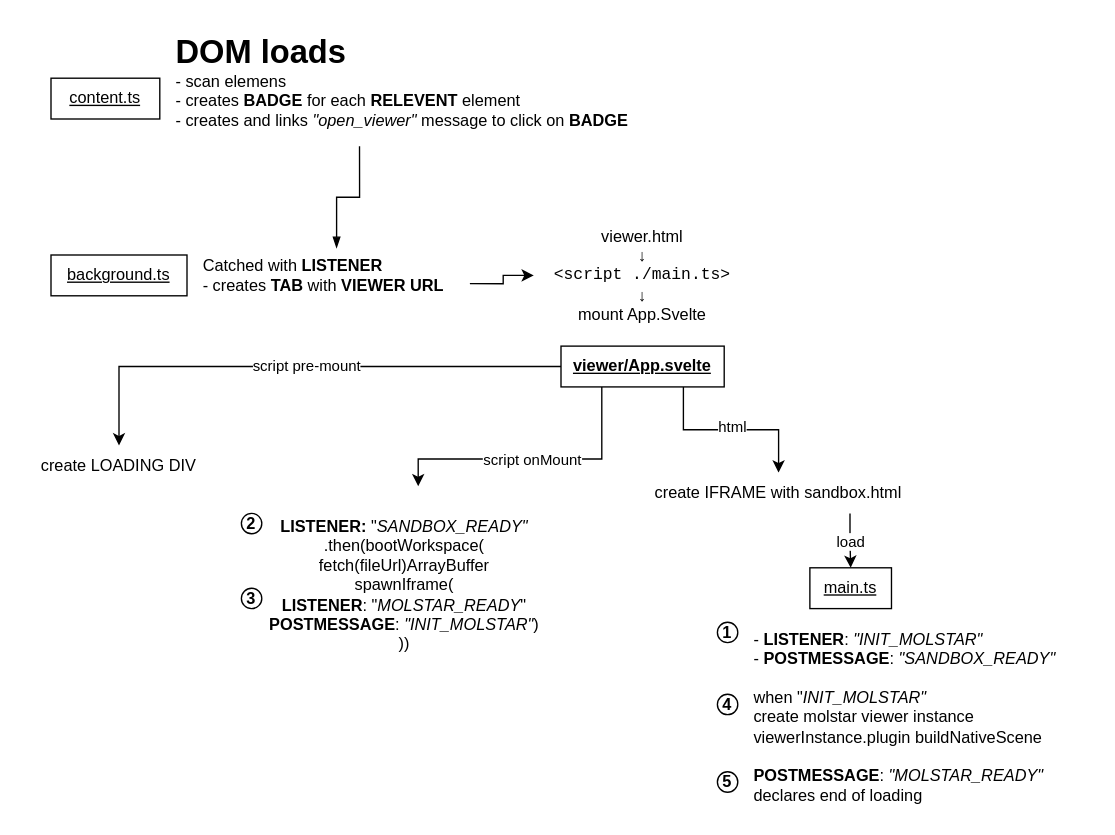
Earlier version of the draw.io diagram org/assets/img/badge-flow-diagram.drawio (MartinBaGar/Molstar_Linker). Source tidied: cells renumbered, new cells numbered last; positions are measured from the earlier drawing's top-left corner, leaving out a move shared by most shapes. Both pictures are drawn from the tidied source at 136%, with x=0, y=0 at pixel (23, 23).
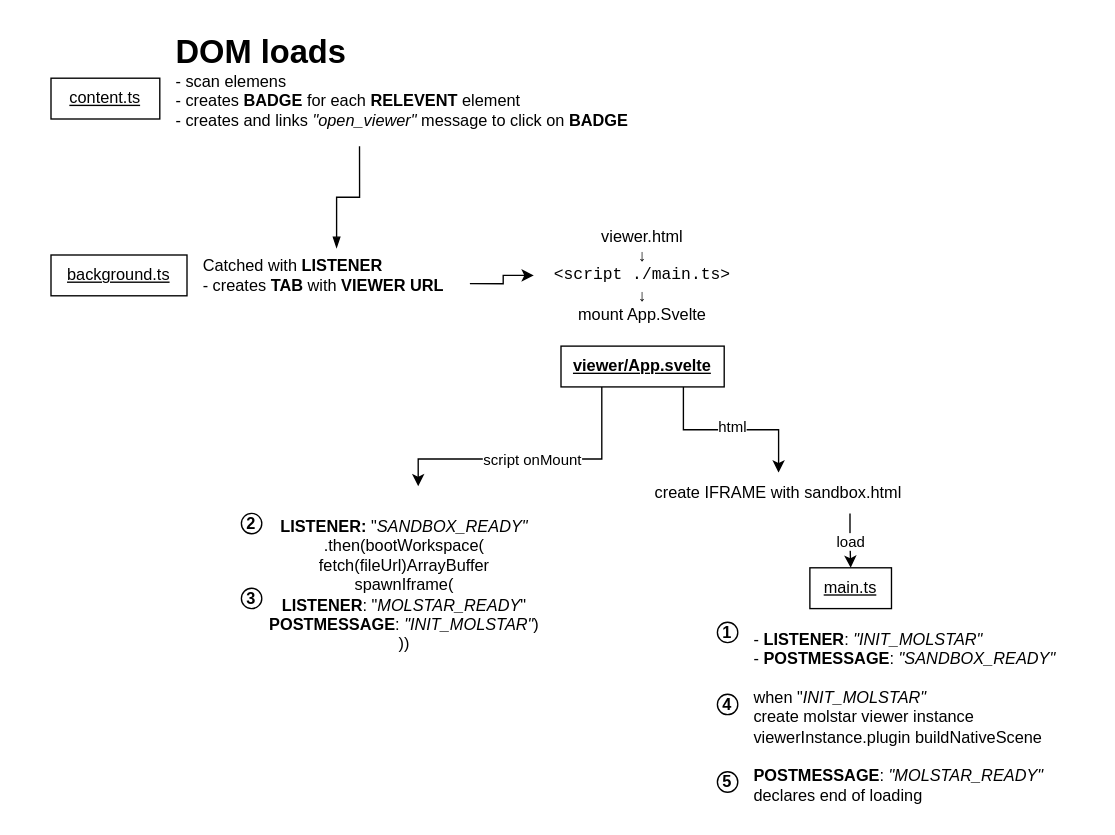
The same diagram, later.

The change refers to these unchanged cells:
```xml
<mxCell id="15" value="&lt;b&gt;&lt;u&gt;viewer/App.svelte&lt;/u&gt;&lt;/b&gt;" style="rounded=0;whiteSpace=wrap;html=1;" parent="1" vertex="1">
  <mxGeometry x="395" y="237" width="120" height="30" as="geometry" />
</mxCell>
```

The edit, as a diff of the source:
```diff
@@
-    <mxCell id="9" style="edgeStyle=orthogonalEdgeStyle;rounded=0;jettySize=auto;html=1;exitX=0;exitY=0.5;exitDx=0;exitDy=0;entryX=0.5;entryY=0;entryDx=0;entryDy=0;" parent="1" edge="1" source="15" target="16">
-      <mxGeometry relative="1" as="geometry" />
-    </mxCell>
-    <mxCell id="10" value="script pre-mount" style="edgeLabel;html=1;align=center;verticalAlign=middle;" parent="9" vertex="1">
-      <mxGeometry x="-0.02" y="-1" relative="1" as="geometry" />
-    </mxCell>
@@
-    <mxCell id="16" value="create LOADING DIV" style="text;html=1;whiteSpace=wrap;strokeColor=none;fillColor=none;align=center;verticalAlign=middle;rounded=0;" parent="1" vertex="1">
-      <mxGeometry y="310" width="140" height="30" as="geometry" />
-    </mxCell>
```
